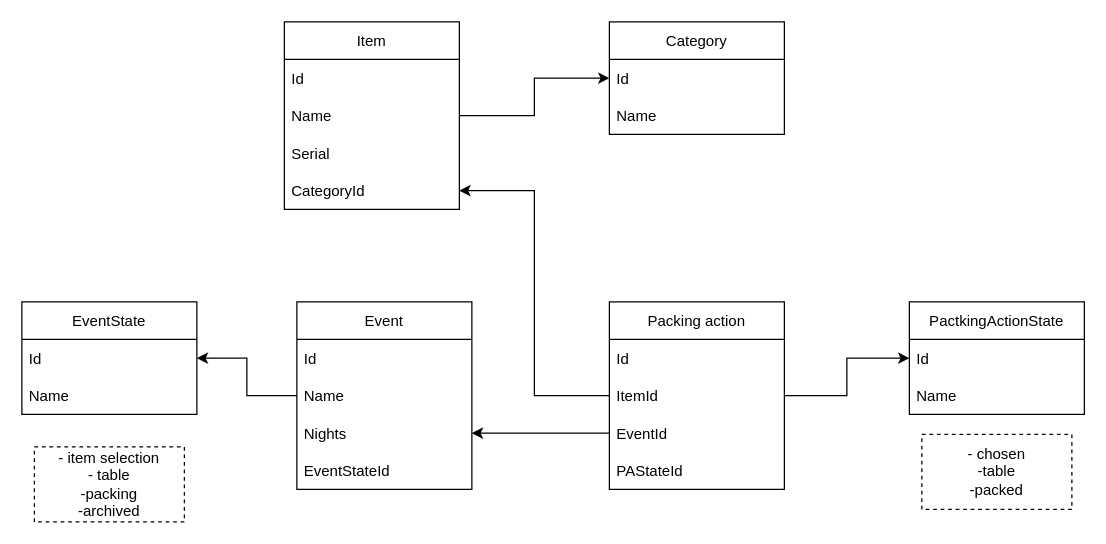
Earlier version of the draw.io diagram PackingValetDataModel.drawio (nietup/PackingValet). Source tidied: cells renumbered, new cells numbered last; positions are measured from the earlier drawing's top-left corner, leaving out a move shared by most shapes. Both pictures are drawn from the tidied source at 125%, with x=0, y=0 at pixel (21, 21).
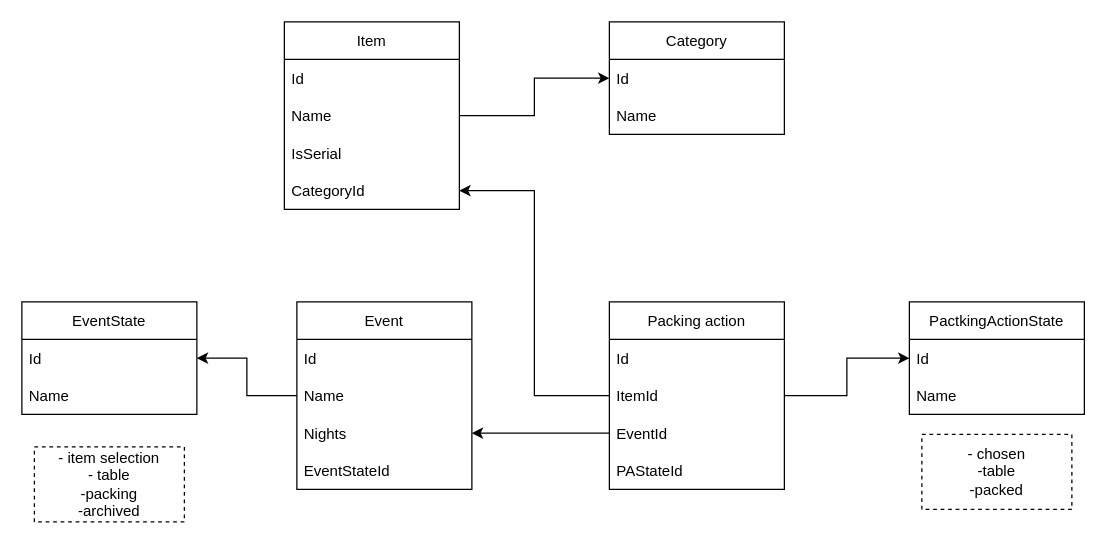
After the change.

Commit message (it also covers changes not shown here):
define data model

Unchanged cells that the change refers to:
```xml
<mxCell id="2" value="Item" style="swimlane;fontStyle=0;horizontal=1;startSize=30;" parent="1" vertex="1">
  <mxGeometry x="210" width="140" height="150" as="geometry" />
</mxCell>
```

The edit, as a diff of the source:
```diff
@@
-    <mxCell id="5" value="Serial" style="text;strokeColor=none;fillColor=none;align=left;verticalAlign=middle;spacingLeft=4;spacingRight=4;overflow=hidden;" parent="2" vertex="1">
+    <mxCell id="5" value="IsSerial" style="text;strokeColor=none;fillColor=none;align=left;verticalAlign=middle;spacingLeft=4;spacingRight=4;overflow=hidden;" parent="2" vertex="1">
       <mxGeometry y="90" width="140" height="30" as="geometry" />
     </mxCell>
```
